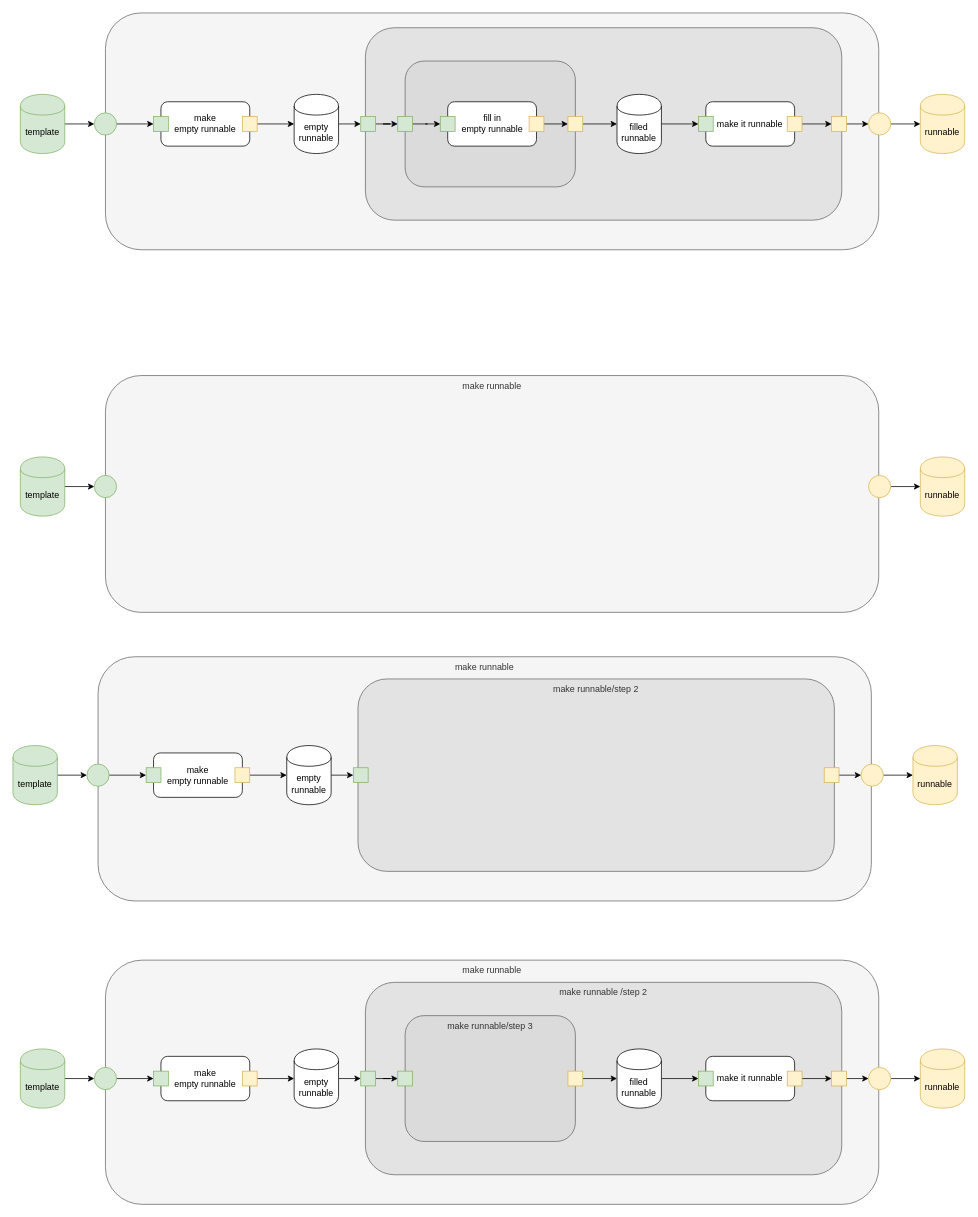
Above: page "Layers" (4 of 7) of pseudo/kernel.drawio in guitarvydas/basicdasl (draw.io), before the change. Source tidied: cells renumbered, new cells numbered last; positions are measured from the earlier drawing's top-left corner, leaving out a move shared by most shapes. Both pictures are drawn from the tidied source at 74%, with x=0, y=0 at pixel (13, 13).
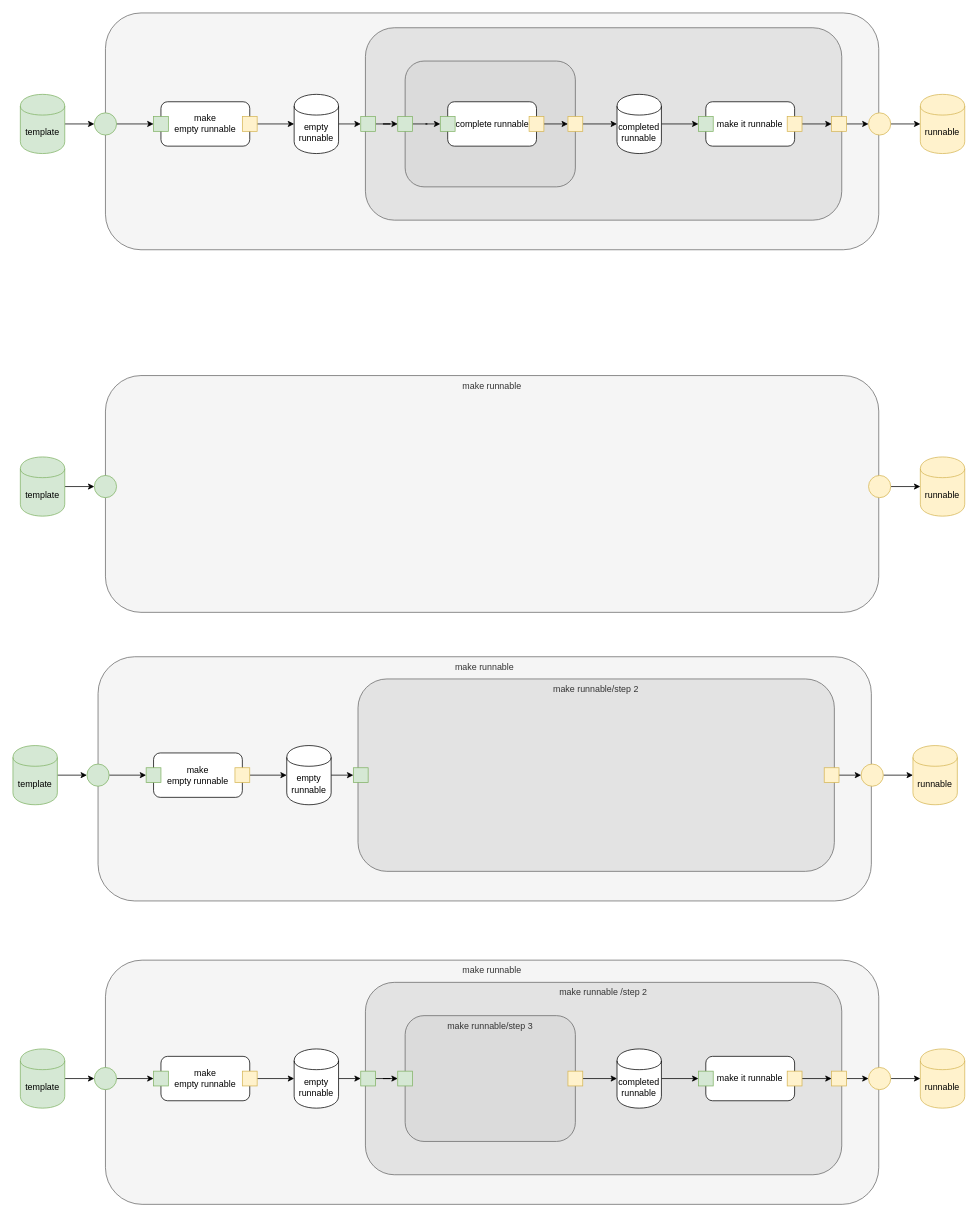
Above is the later version.

The edit, as a diff of the source:
```diff
@@
-    <mxCell id="10" value="fill in&lt;br&gt;empty runnable" style="rounded=1;whiteSpace=wrap;html=1;align=center;" parent="1" vertex="1">
+    <mxCell id="10" value="complete runnable" style="rounded=1;whiteSpace=wrap;html=1;align=center;" parent="1" vertex="1">
       <mxGeometry x="587.5" y="120" width="120" height="60" as="geometry" />
     </mxCell>
@@
-    <mxCell id="12" value="filled&lt;br&gt;runnable" style="shape=cylinder;whiteSpace=wrap;html=1;boundedLbl=1;backgroundOutline=1;align=center;" parent="1" vertex="1">
+    <mxCell id="12" value="completed runnable" style="shape=cylinder;whiteSpace=wrap;html=1;boundedLbl=1;backgroundOutline=1;align=center;" parent="1" vertex="1">
       <mxGeometry x="816.3" y="110" width="60" height="80" as="geometry" />
     </mxCell>
@@
-    <mxCell id="70" value="filled&lt;br&gt;runnable" style="shape=cylinder;whiteSpace=wrap;html=1;boundedLbl=1;backgroundOutline=1;align=center;" parent="1" vertex="1">
+    <mxCell id="70" value="completed runnable" style="shape=cylinder;whiteSpace=wrap;html=1;boundedLbl=1;backgroundOutline=1;align=center;" parent="1" vertex="1">
       <mxGeometry x="816.3" y="1400" width="60" height="80" as="geometry" />
     </mxCell>
```
